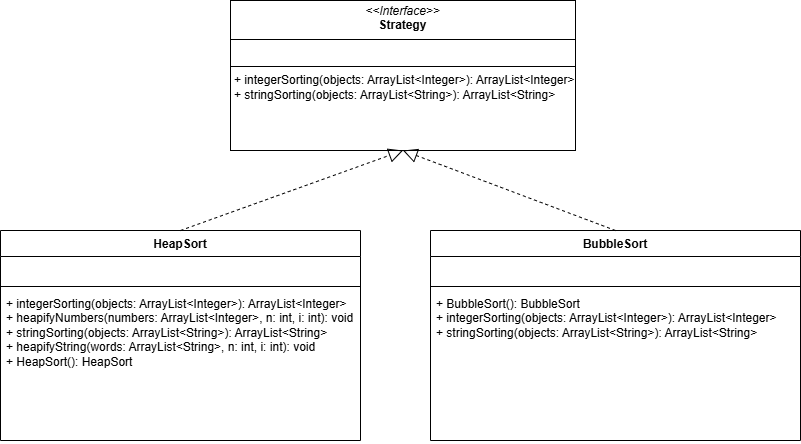
Above: src/BehavioralPatterns/Strategy/StrategyUMLExample.png in Reistoge/DesignPatterns (draw.io), before the change. Source tidied: cells renumbered, new cells last; positions are measured from the earlier drawing's top-left corner, leaving out a move shared by most shapes.
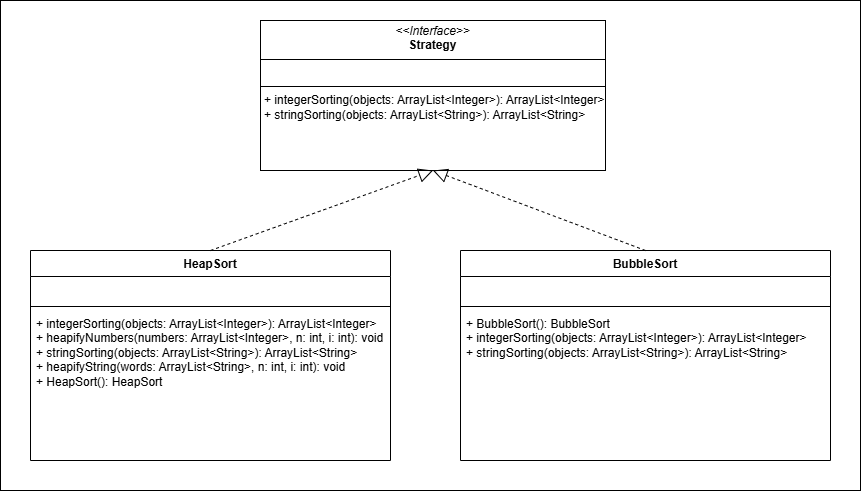
Above is the later version.

Diff of the diagram source:
```diff
@@ -2,6 +2,9 @@
   <root>
     <mxCell id="0" />
     <mxCell id="1" parent="0" />
+    <mxCell id="13" style="rounded=0;whiteSpace=wrap;html=1;" parent="1" vertex="1">
+      <mxGeometry x="-30" y="-20" width="860" height="490" as="geometry" />
+    </mxCell>
     <mxCell id="2" value="&lt;p style=&quot;margin:0px;margin-top:4px;text-align:center;&quot;&gt;&lt;i&gt;&amp;lt;&amp;lt;Interface&amp;gt;&amp;gt;&lt;/i&gt;&lt;br&gt;&lt;b&gt;Strategy&lt;/b&gt;&lt;/p&gt;&lt;hr size=&quot;1&quot; style=&quot;border-style:solid;&quot;&gt;&lt;p style=&quot;margin:0px;margin-left:4px;&quot;&gt;&amp;nbsp;&lt;/p&gt;&lt;hr size=&quot;1&quot; style=&quot;border-style:solid;&quot;&gt;&lt;p style=&quot;margin:0px;margin-left:4px;&quot;&gt;+ integerSorting(objects: ArrayList&amp;lt;Integer&amp;gt;): ArrayList&amp;lt;Integer&amp;gt;&lt;/p&gt;&lt;p style=&quot;margin:0px;margin-left:4px;&quot;&gt;+ stringSorting(objects: ArrayList&amp;lt;String&amp;gt;): ArrayList&amp;lt;String&amp;gt;&lt;/p&gt;&lt;div&gt;&lt;br&gt;&lt;/div&gt;" style="verticalAlign=top;align=left;overflow=fill;html=1;whiteSpace=wrap;" parent="1" vertex="1">
       <mxGeometry x="230" width="345" height="150" as="geometry" />
     </mxCell>
```
